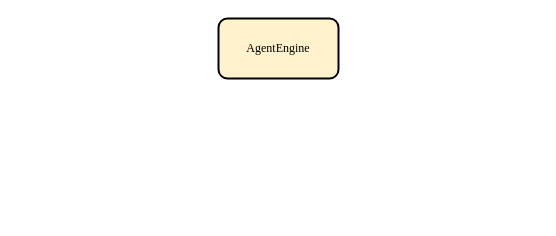
Above: page "Agent运作引擎" (4 of 8) of Analyse/总体分析框架.drawio in EntelechySystem/EntelechySystem_theory (draw.io), before the change. Source tidied: cells renumbered, new cells numbered last; positions are measured from the earlier drawing's top-left corner, leaving out a move shared by most shapes. Both pictures are drawn from the tidied source at 100%, with x=0, y=0 at pixel (218, 18).
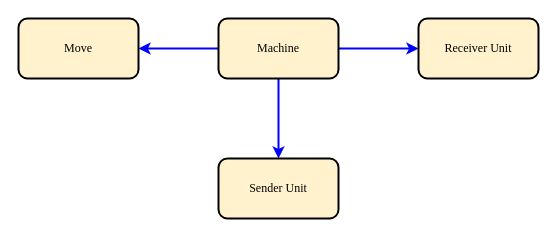
The same diagram, later.

The edit, as a diff of the source:
```diff
@@
 <mxGraphModel>
   <root>
     <mxCell id="0" />
     <mxCell id="1" parent="0" />
+    <mxCell id="3" style="edgeStyle=none;shape=connector;curved=1;rounded=1;jettySize=auto;html=1;labelBackgroundColor=default;fontFamily=Times New Roman;fontSize=12;fontColor=default;startArrow=none;startFill=0;endArrow=classic;endFill=1;strokeColor=#0000FF;strokeWidth=2;" parent="1" edge="1" source="2" target="6">
+      <mxGeometry relative="1" as="geometry" />
+    </mxCell>
+    <mxCell id="4" style="edgeStyle=none;shape=connector;curved=1;rounded=1;jettySize=auto;html=1;labelBackgroundColor=default;fontFamily=Times New Roman;fontSize=12;fontColor=default;startArrow=none;startFill=0;endArrow=classic;endFill=1;strokeColor=#0000FF;strokeWidth=2;" parent="1" edge="1" source="2" target="7">
+      <mxGeometry relative="1" as="geometry" />
+    </mxCell>
+    <mxCell id="5" style="edgeStyle=none;shape=connector;curved=1;rounded=1;jettySize=auto;html=1;labelBackgroundColor=default;fontFamily=Times New Roman;fontSize=12;fontColor=default;startArrow=none;startFill=0;endArrow=classic;endFill=1;strokeColor=#0000FF;strokeWidth=2;" parent="1" edge="1" source="2" target="8">
+      <mxGeometry relative="1" as="geometry" />
+    </mxCell>
-    <mxCell id="2" value="AgentEngine" style="rounded=1;whiteSpace=wrap;html=1;fontFamily=Times New Roman;fontSize=12;fontColor=default;strokeColor=default;strokeWidth=2;fillColor=#fff2cc;" parent="1" vertex="1">
+    <mxCell id="2" value="Machine" style="rounded=1;whiteSpace=wrap;html=1;fontFamily=Times New Roman;fontSize=12;fontColor=default;strokeColor=default;strokeWidth=2;fillColor=#fff2cc;" parent="1" vertex="1">
       <mxGeometry width="120" height="60" as="geometry" />
     </mxCell>
+    <mxCell id="6" value="Receiver Unit" style="rounded=1;whiteSpace=wrap;html=1;fontFamily=Times New Roman;fontSize=12;fontColor=default;strokeColor=default;strokeWidth=2;fillColor=#fff2cc;" parent="1" vertex="1">
+      <mxGeometry x="200" width="120" height="60" as="geometry" />
+    </mxCell>
+    <mxCell id="7" value="Sender Unit" style="rounded=1;whiteSpace=wrap;html=1;fontFamily=Times New Roman;fontSize=12;fontColor=default;strokeColor=default;strokeWidth=2;fillColor=#fff2cc;" parent="1" vertex="1">
+      <mxGeometry y="140" width="120" height="60" as="geometry" />
+    </mxCell>
+    <mxCell id="8" value="Move" style="rounded=1;whiteSpace=wrap;html=1;fontFamily=Times New Roman;fontSize=12;fontColor=default;strokeColor=default;strokeWidth=2;fillColor=#fff2cc;" parent="1" vertex="1">
+      <mxGeometry x="-200" width="120" height="60" as="geometry" />
+    </mxCell>
   </root>
 </mxGraphModel>
```
